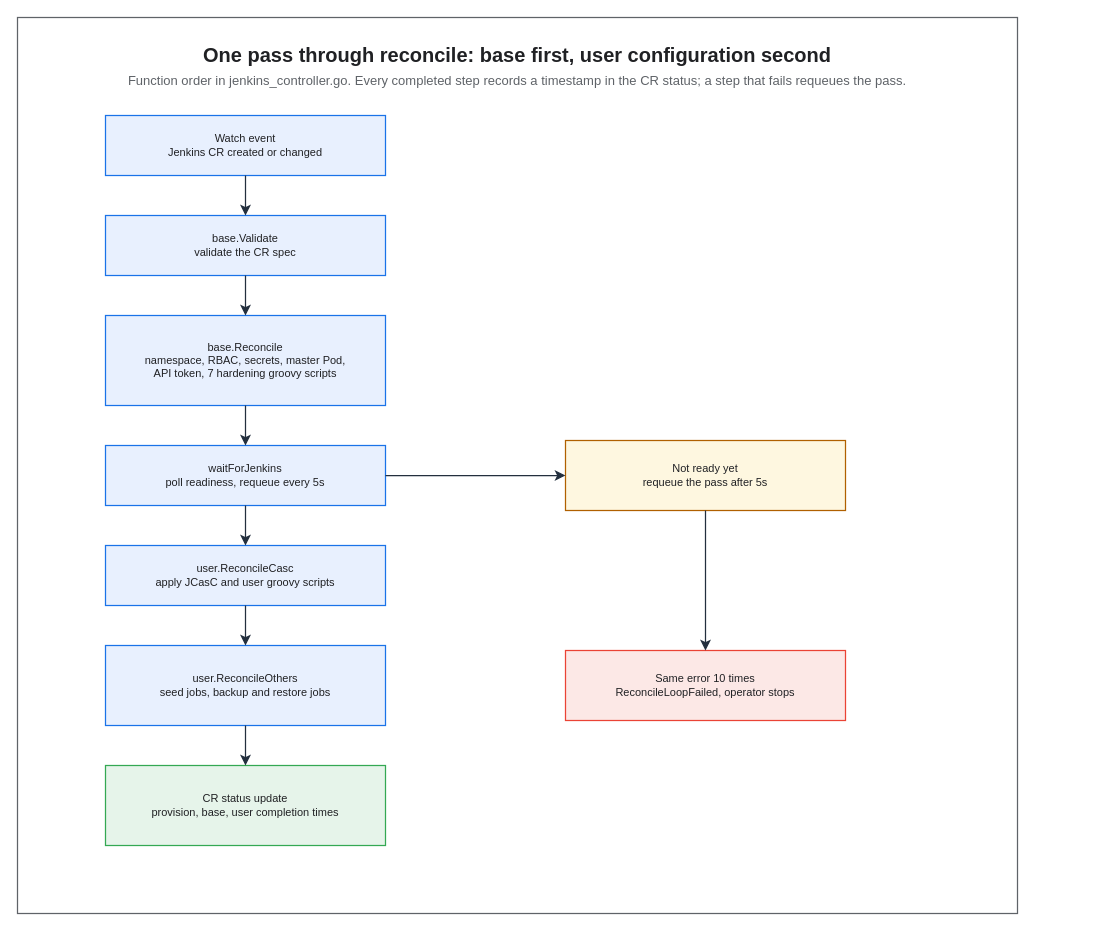
Before: assets/img/ci-cd/jenkins/jenkins-operator/jenkins-operator-reconcile-walkthrough.drawio in KKamJi98/kkamji98.github.io, a draw.io diagram. Source tidied: cells renumbered, new cells numbered last; positions are measured from the earlier drawing's top-left corner, leaving out a move shared by most shapes. Both pictures are drawn from the tidied source at 100%, with x=0, y=0 at pixel (17, 17).
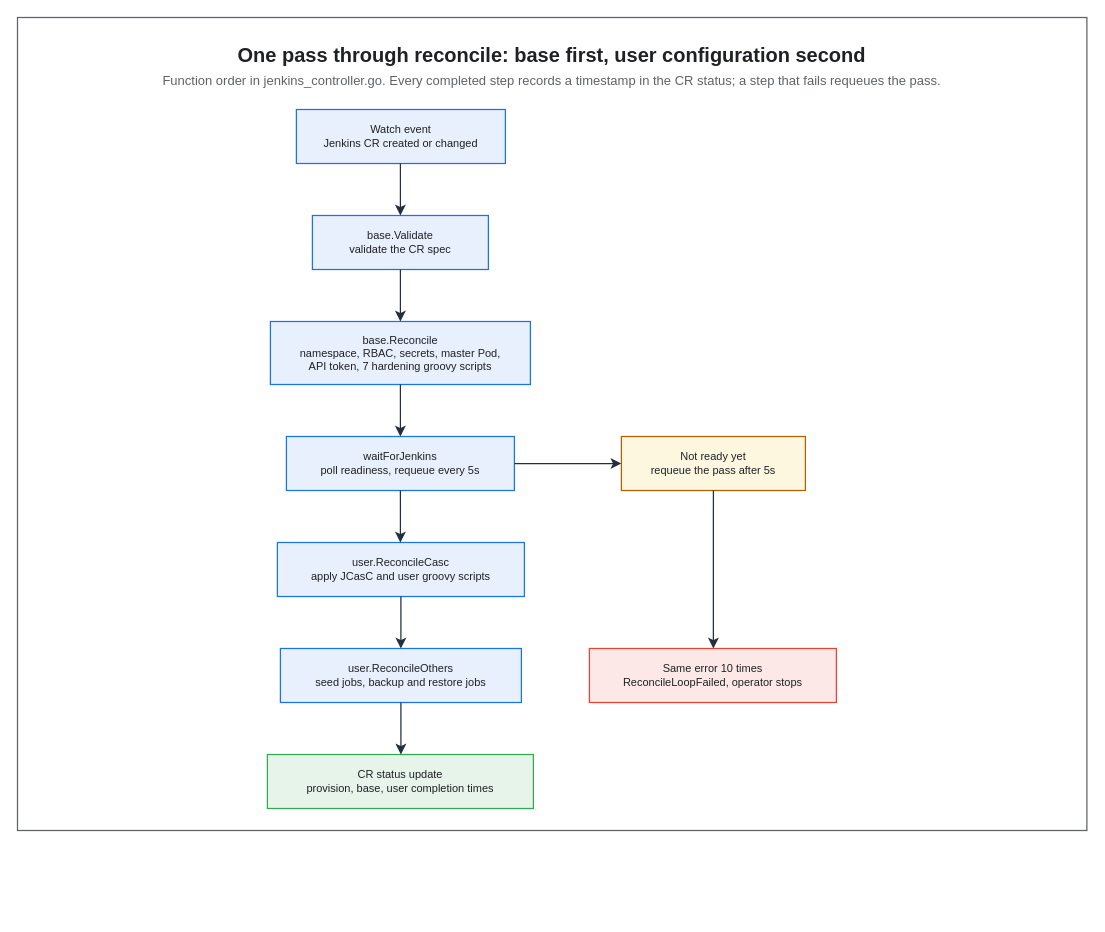
The same diagram, later.

Commit message (it also covers changes not shown here):
fix(diagrams): give the three Jenkins diagrams the specs they were missing

The edit, as a diff of the source:
```diff
@@
     <mxCell id="2" style="rounded=0;html=0;fillColor=none;strokeColor=#5F6368;fontColor=#202124;strokeWidth=1.25;" parent="1" vertex="1">
-      <mxGeometry width="1000" height="896" as="geometry" />
+      <mxGeometry width="1069.4" height="813" as="geometry" />
     </mxCell>
     <mxCell id="3" value="One pass through reconcile: base first, user configuration second" style="text;html=0;whiteSpace=wrap;fillColor=none;strokeColor=none;fontColor=#202124;fontSize=20;fontStyle=1;align=center;verticalAlign=middle;" parent="1" vertex="1">
-      <mxGeometry x="22" y="22" width="956" height="30" as="geometry" />
+      <mxGeometry x="22" y="22" width="1025.4" height="30" as="geometry" />
     </mxCell>
     <mxCell id="4" value="Function order in jenkins_controller.go. Every completed step records a timestamp in the CR status; a step that fails requeues the pass." style="text;html=0;whiteSpace=wrap;fillColor=none;strokeColor=none;fontColor=#5F6368;fontSize=13;fontStyle=0;align=center;verticalAlign=middle;" parent="1" vertex="1">
-      <mxGeometry x="22" y="52" width="956" height="22" as="geometry" />
+      <mxGeometry x="22" y="52" width="1025.4" height="22" as="geometry" />
     </mxCell>
-    <mxCell id="5" value="Watch event&#10;Jenkins CR created or changed" style="rounded=0;whiteSpace=wrap;html=0;fillColor=#E8F0FE;strokeColor=#1A73E8;fontColor=#202124;fontSize=11;fontStyle=0;align=center;verticalAlign=middle;strokeWidth=1.25;" parent="1" vertex="1">
-      <mxGeometry x="88" y="98" width="280" height="60" as="geometry" />
+    <mxCell id="5" value="Watch event&#10;Jenkins CR created or changed" style="rounded=0;whiteSpace=wrap;html=0;fillColor=#E8F0FE;strokeColor=#1A73E8;fontColor=#202124;fontSize=11;fontStyle=0;align=center;verticalAlign=middle;spacingLeft=6;spacingRight=6;strokeWidth=1.25;" parent="1" vertex="1">
+      <mxGeometry x="278.9" y="92" width="209" height="54" as="geometry" />
     </mxCell>
-    <mxCell id="6" value="base.Validate&#10;validate the CR spec" style="rounded=0;whiteSpace=wrap;html=0;fillColor=#E8F0FE;strokeColor=#1A73E8;fontColor=#202124;fontSize=11;fontStyle=0;align=center;verticalAlign=middle;strokeWidth=1.25;" parent="1" vertex="1">
-      <mxGeometry x="88" y="198" width="280" height="60" as="geometry" />
+    <mxCell id="6" value="base.Validate&#10;validate the CR spec" style="rounded=0;whiteSpace=wrap;html=0;fillColor=#E8F0FE;strokeColor=#1A73E8;fontColor=#202124;fontSize=11;fontStyle=0;align=center;verticalAlign=middle;spacingLeft=6;spacingRight=6;strokeWidth=1.25;" parent="1" vertex="1">
+      <mxGeometry x="294.9" y="198" width="176" height="54" as="geometry" />
     </mxCell>
-    <mxCell id="7" value="base.Reconcile&#10;namespace, RBAC, secrets, master Pod,&#10;API token, 7 hardening groovy scripts" style="rounded=0;whiteSpace=wrap;html=0;fillColor=#E8F0FE;strokeColor=#1A73E8;fontColor=#202124;fontSize=11;fontStyle=0;align=center;verticalAlign=middle;strokeWidth=1.25;" parent="1" vertex="1">
-      <mxGeometry x="88" y="298" width="280" height="90" as="geometry" />
+    <mxCell id="7" value="base.Reconcile&#10;namespace, RBAC, secrets, master Pod,&#10;API token, 7 hardening groovy scripts" style="rounded=0;whiteSpace=wrap;html=0;fillColor=#E8F0FE;strokeColor=#1A73E8;fontColor=#202124;fontSize=11;fontStyle=0;align=center;verticalAlign=middle;spacingLeft=6;spacingRight=6;strokeWidth=1.25;" parent="1" vertex="1">
+      <mxGeometry x="252.9" y="304" width="260" height="63" as="geometry" />
     </mxCell>
-    <mxCell id="8" value="waitForJenkins&#10;poll readiness, requeue every 5s" style="rounded=0;whiteSpace=wrap;html=0;fillColor=#E8F0FE;strokeColor=#1A73E8;fontColor=#202124;fontSize=11;fontStyle=0;align=center;verticalAlign=middle;strokeWidth=1.25;" parent="1" vertex="1">
-      <mxGeometry x="88" y="428" width="280" height="60" as="geometry" />
+    <mxCell id="8" value="waitForJenkins&#10;poll readiness, requeue every 5s" style="rounded=0;whiteSpace=wrap;html=0;fillColor=#E8F0FE;strokeColor=#1A73E8;fontColor=#202124;fontSize=11;fontStyle=0;align=center;verticalAlign=middle;spacingLeft=6;spacingRight=6;strokeWidth=1.25;" parent="1" vertex="1">
+      <mxGeometry x="268.9" y="419" width="228" height="54" as="geometry" />
     </mxCell>
+    <mxCell id="12" value="Not ready yet&#10;requeue the pass after 5s" style="rounded=0;whiteSpace=wrap;html=0;fillColor=#FEF7E0;strokeColor=#B06000;fontColor=#202124;fontSize=11;fontStyle=0;align=center;verticalAlign=middle;spacingLeft=6;spacingRight=6;strokeWidth=1.25;" parent="1" vertex="1">
+      <mxGeometry x="603.9" y="419" width="184" height="54" as="geometry" />
+    </mxCell>
-    <mxCell id="9" value="user.ReconcileCasc&#10;apply JCasC and user groovy scripts" style="rounded=0;whiteSpace=wrap;html=0;fillColor=#E8F0FE;strokeColor=#1A73E8;fontColor=#202124;fontSize=11;fontStyle=0;align=center;verticalAlign=middle;strokeWidth=1.25;" parent="1" vertex="1">
-      <mxGeometry x="88" y="528" width="280" height="60" as="geometry" />
+    <mxCell id="9" value="user.ReconcileCasc&#10;apply JCasC and user groovy scripts" style="rounded=0;whiteSpace=wrap;html=0;fillColor=#E8F0FE;strokeColor=#1A73E8;fontColor=#202124;fontSize=11;fontStyle=0;align=center;verticalAlign=middle;spacingLeft=6;spacingRight=6;strokeWidth=1.25;" parent="1" vertex="1">
+      <mxGeometry x="259.9" y="525" width="247" height="54" as="geometry" />
     </mxCell>
-    <mxCell id="10" value="user.ReconcileOthers&#10;seed jobs, backup and restore jobs" style="rounded=0;whiteSpace=wrap;html=0;fillColor=#E8F0FE;strokeColor=#1A73E8;fontColor=#202124;fontSize=11;fontStyle=0;align=center;verticalAlign=middle;strokeWidth=1.25;" parent="1" vertex="1">
-      <mxGeometry x="88" y="628" width="280" height="80" as="geometry" />
+    <mxCell id="10" value="user.ReconcileOthers&#10;seed jobs, backup and restore jobs" style="rounded=0;whiteSpace=wrap;html=0;fillColor=#E8F0FE;strokeColor=#1A73E8;fontColor=#202124;fontSize=11;fontStyle=0;align=center;verticalAlign=middle;spacingLeft=6;spacingRight=6;strokeWidth=1.25;" parent="1" vertex="1">
+      <mxGeometry x="262.9" y="631" width="241" height="54" as="geometry" />
     </mxCell>
+    <mxCell id="13" value="Same error 10 times&#10;ReconcileLoopFailed, operator stops" style="rounded=0;whiteSpace=wrap;html=0;fillColor=#FCE8E6;strokeColor=#EA4335;fontColor=#202124;fontSize=11;fontStyle=0;align=center;verticalAlign=middle;spacingLeft=6;spacingRight=6;strokeWidth=1.25;" parent="1" vertex="1">
+      <mxGeometry x="571.9" y="631" width="247" height="54" as="geometry" />
+    </mxCell>
-    <mxCell id="11" value="CR status update&#10;provision, base, user completion times" style="rounded=0;whiteSpace=wrap;html=0;fillColor=#E6F4EA;strokeColor=#34A853;fontColor=#202124;fontSize=11;fontStyle=0;align=center;verticalAlign=middle;strokeWidth=1.25;" parent="1" vertex="1">
-      <mxGeometry x="88" y="748" width="280" height="80" as="geometry" />
+    <mxCell id="11" value="CR status update&#10;provision, base, user completion times" style="rounded=0;whiteSpace=wrap;html=0;fillColor=#E6F4EA;strokeColor=#34A853;fontColor=#202124;fontSize=11;fontStyle=0;align=center;verticalAlign=middle;spacingLeft=6;spacingRight=6;strokeWidth=1.25;" parent="1" vertex="1">
+      <mxGeometry x="249.9" y="737" width="266" height="54" as="geometry" />
     </mxCell>
-    <mxCell id="12" value="Not ready yet&#10;requeue the pass after 5s" style="rounded=0;whiteSpace=wrap;html=0;fillColor=#FEF7E0;strokeColor=#B06000;fontColor=#202124;fontSize=11;fontStyle=0;align=center;verticalAlign=middle;strokeWidth=1.25;" parent="1" vertex="1">
-      <mxGeometry x="548" y="423" width="280" height="70" as="geometry" />
-    </mxCell>
-    <mxCell id="13" value="Same error 10 times&#10;ReconcileLoopFailed, operator stops" style="rounded=0;whiteSpace=wrap;html=0;fillColor=#FCE8E6;strokeColor=#EA4335;fontColor=#202124;fontSize=11;fontStyle=0;align=center;verticalAlign=middle;strokeWidth=1.25;" parent="1" vertex="1">
-      <mxGeometry x="548" y="633" width="280" height="70" as="geometry" />
-    </mxCell>
-    <mxCell id="14" style="edgeStyle=orthogonalEdgeStyle;rounded=0;html=0;strokeColor=#232F3E;strokeWidth=1.25;endArrow=classic;endFill=1;endSize=7;fontColor=#202124;labelBackgroundColor=none;exitX=0.5;exitY=1;entryX=0.5;entryY=0;exitDx=0;exitDy=0;entryDx=0;entryDy=0;" parent="1" edge="1" source="5" target="6">
+    <mxCell id="14" style="edgeStyle=orthogonalEdgeStyle;rounded=0;html=0;strokeColor=#232F3E;strokeWidth=1.25;endArrow=classic;endFill=1;endSize=7;fontSize=11;fontColor=#202124;labelBackgroundColor=none;jettySize=14;exitX=0.4976;exitY=1;entryX=0.5;entryY=0;exitDx=0;exitDy=0;entryDx=0;entryDy=0;" parent="1" edge="1" source="5" target="6">
       <mxGeometry relative="1" as="geometry" />
     </mxCell>
-    <mxCell id="15" style="edgeStyle=orthogonalEdgeStyle;rounded=0;html=0;strokeColor=#232F3E;strokeWidth=1.25;endArrow=classic;endFill=1;endSize=7;fontColor=#202124;labelBackgroundColor=none;exitX=0.5;exitY=1;entryX=0.5;entryY=0;exitDx=0;exitDy=0;entryDx=0;entryDy=0;" parent="1" edge="1" source="6" target="7">
+    <mxCell id="15" style="edgeStyle=orthogonalEdgeStyle;rounded=0;html=0;strokeColor=#232F3E;strokeWidth=1.25;endArrow=classic;endFill=1;endSize=7;fontSize=11;fontColor=#202124;labelBackgroundColor=none;jettySize=14;exitX=0.5;exitY=1;entryX=0.5;entryY=0;exitDx=0;exitDy=0;entryDx=0;entryDy=0;" parent="1" edge="1" source="6" target="7">
       <mxGeometry relative="1" as="geometry" />
     </mxCell>
-    <mxCell id="16" style="edgeStyle=orthogonalEdgeStyle;rounded=0;html=0;strokeColor=#232F3E;strokeWidth=1.25;endArrow=classic;endFill=1;endSize=7;fontColor=#202124;labelBackgroundColor=none;exitX=0.5;exitY=1;entryX=0.5;entryY=0;exitDx=0;exitDy=0;entryDx=0;entryDy=0;" parent="1" edge="1" source="7" target="8">
+    <mxCell id="16" style="edgeStyle=orthogonalEdgeStyle;rounded=0;html=0;strokeColor=#232F3E;strokeWidth=1.25;endArrow=classic;endFill=1;endSize=7;fontSize=11;fontColor=#202124;labelBackgroundColor=none;jettySize=14;exitX=0.5;exitY=1;entryX=0.5;entryY=0;exitDx=0;exitDy=0;entryDx=0;entryDy=0;" parent="1" edge="1" source="7" target="8">
       <mxGeometry relative="1" as="geometry" />
     </mxCell>
-    <mxCell id="17" style="edgeStyle=orthogonalEdgeStyle;rounded=0;html=0;strokeColor=#232F3E;strokeWidth=1.25;endArrow=classic;endFill=1;endSize=7;fontColor=#202124;labelBackgroundColor=none;exitX=0.5;exitY=1;entryX=0.5;entryY=0;exitDx=0;exitDy=0;entryDx=0;entryDy=0;" parent="1" edge="1" source="8" target="9">
+    <mxCell id="17" style="edgeStyle=orthogonalEdgeStyle;rounded=0;html=0;strokeColor=#232F3E;strokeWidth=1.25;endArrow=classic;endFill=1;endSize=7;fontSize=11;fontColor=#202124;labelBackgroundColor=none;jettySize=14;exitX=0.5;exitY=1;entryX=0.498;entryY=0;exitDx=0;exitDy=0;entryDx=0;entryDy=0;" parent="1" edge="1" source="8" target="9">
       <mxGeometry relative="1" as="geometry" />
     </mxCell>
-    <mxCell id="18" style="edgeStyle=orthogonalEdgeStyle;rounded=0;html=0;strokeColor=#232F3E;strokeWidth=1.25;endArrow=classic;endFill=1;endSize=7;fontColor=#202124;labelBackgroundColor=none;exitX=0.5;exitY=1;entryX=0.5;entryY=0;exitDx=0;exitDy=0;entryDx=0;entryDy=0;" parent="1" edge="1" source="9" target="10">
+    <mxCell id="18" style="edgeStyle=orthogonalEdgeStyle;rounded=0;html=0;strokeColor=#232F3E;strokeWidth=1.25;endArrow=classic;endFill=1;endSize=7;fontSize=11;fontColor=#202124;labelBackgroundColor=none;jettySize=14;exitX=0.5;exitY=1;entryX=0.5;entryY=0;exitDx=0;exitDy=0;entryDx=0;entryDy=0;" parent="1" edge="1" source="9" target="10">
       <mxGeometry relative="1" as="geometry" />
     </mxCell>
-    <mxCell id="19" style="edgeStyle=orthogonalEdgeStyle;rounded=0;html=0;strokeColor=#232F3E;strokeWidth=1.25;endArrow=classic;endFill=1;endSize=7;fontColor=#202124;labelBackgroundColor=none;exitX=0.5;exitY=1;entryX=0.5;entryY=0;exitDx=0;exitDy=0;entryDx=0;entryDy=0;" parent="1" edge="1" source="10" target="11">
+    <mxCell id="19" style="edgeStyle=orthogonalEdgeStyle;rounded=0;html=0;strokeColor=#232F3E;strokeWidth=1.25;endArrow=classic;endFill=1;endSize=7;fontSize=11;fontColor=#202124;labelBackgroundColor=none;jettySize=14;exitX=0.5;exitY=1;entryX=0.5019;entryY=0;exitDx=0;exitDy=0;entryDx=0;entryDy=0;" parent="1" edge="1" source="10" target="11">
       <mxGeometry relative="1" as="geometry" />
     </mxCell>
-    <mxCell id="20" style="edgeStyle=orthogonalEdgeStyle;rounded=0;html=0;strokeColor=#232F3E;strokeWidth=1.25;endArrow=classic;endFill=1;endSize=7;fontColor=#202124;labelBackgroundColor=none;exitX=1;exitY=0.5;entryX=0;entryY=0.5;exitDx=0;exitDy=0;entryDx=0;entryDy=0;" parent="1" edge="1" source="8" target="12">
+    <mxCell id="20" style="edgeStyle=orthogonalEdgeStyle;rounded=0;html=0;strokeColor=#232F3E;strokeWidth=1.25;endArrow=classic;endFill=1;endSize=7;fontSize=11;fontColor=#202124;labelBackgroundColor=none;jettySize=14;exitX=1;exitY=0.5;entryX=0;entryY=0.5;exitDx=0;exitDy=0;entryDx=0;entryDy=0;" parent="1" edge="1" source="8" target="12">
       <mxGeometry relative="1" as="geometry" />
     </mxCell>
-    <mxCell id="21" style="edgeStyle=orthogonalEdgeStyle;rounded=0;html=0;strokeColor=#232F3E;strokeWidth=1.25;endArrow=classic;endFill=1;endSize=7;fontColor=#202124;labelBackgroundColor=none;exitX=0.5;exitY=1;entryX=0.5;entryY=0;exitDx=0;exitDy=0;entryDx=0;entryDy=0;" parent="1" edge="1" source="12" target="13">
-      <mxGeometry relative="1" as="geometry">
-        <Array as="points">
-          <mxPoint x="688" y="608" />
-        </Array>
-      </mxGeometry>
+    <mxCell id="21" style="edgeStyle=orthogonalEdgeStyle;rounded=0;html=0;strokeColor=#232F3E;strokeWidth=1.25;endArrow=classic;endFill=1;endSize=7;fontSize=11;fontColor=#202124;labelBackgroundColor=none;jettySize=14;exitX=0.5;exitY=1;entryX=0.502;entryY=0;exitDx=0;exitDy=0;entryDx=0;entryDy=0;" parent="1" edge="1" source="12" target="13">
+      <mxGeometry relative="1" as="geometry" />
     </mxCell>
```
